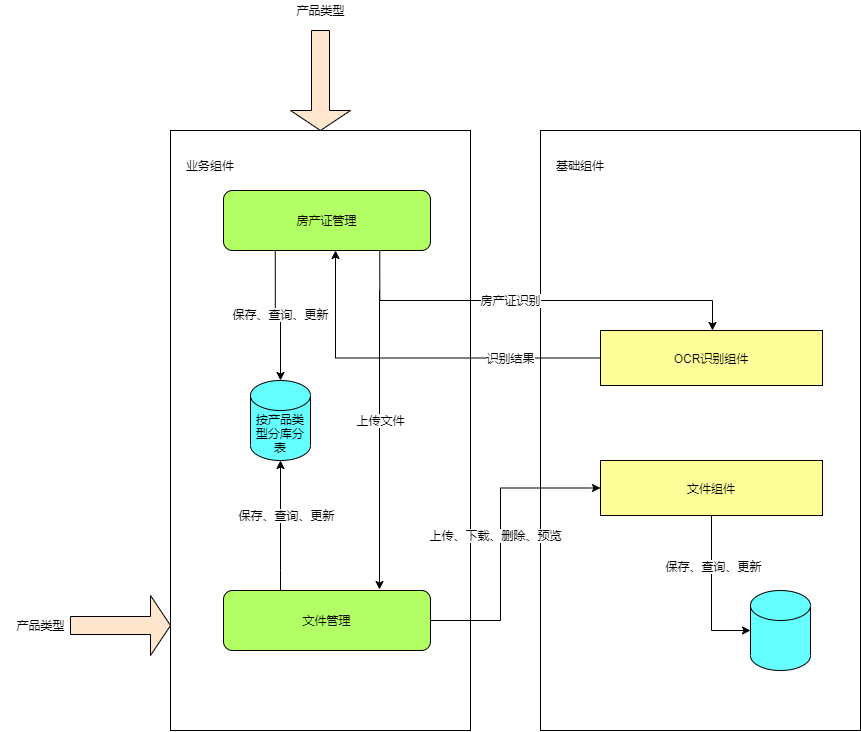
yangjian433/yj keeps this draw.io diagram as 新金融公共组件.drawio.png. Above is the earlier version. Source tidied: cells renumbered, new cells last; positions are measured from the earlier drawing's top-left corner, leaving out a move shared by most shapes.
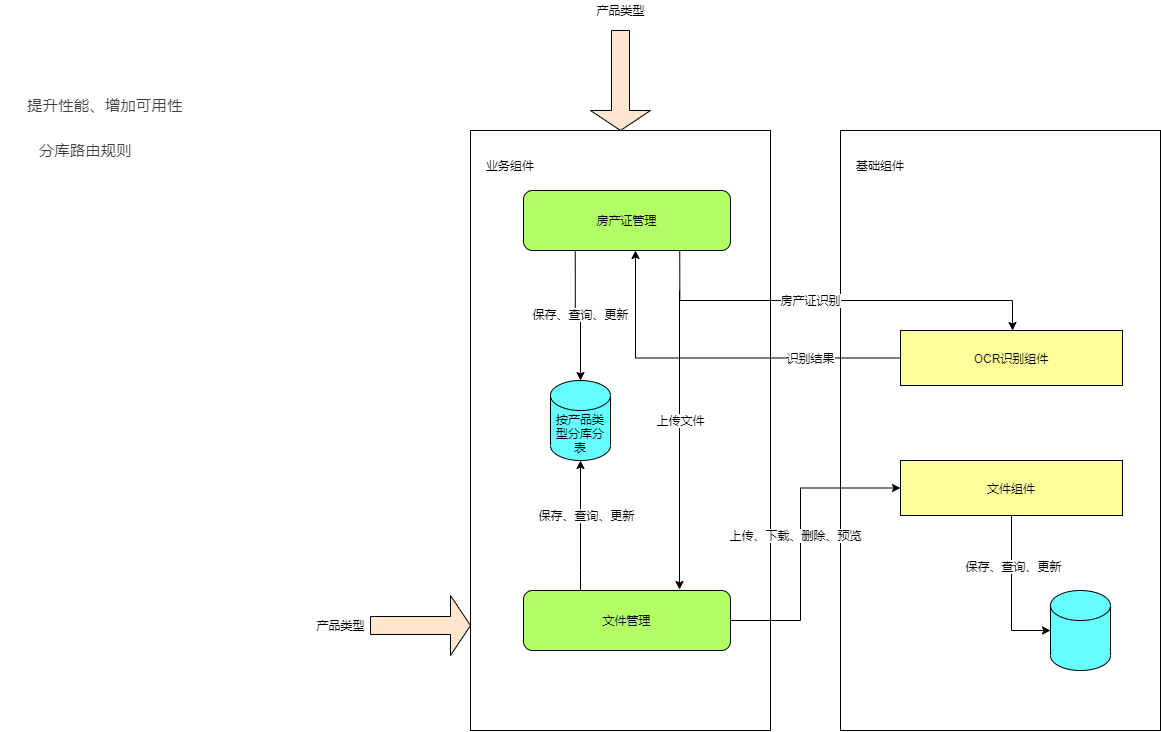
After the commit.

Commit message:
Update 新金融公共组件.drawio.png

Diff of the diagram source:
```diff
@@ -124,5 +124,11 @@
     <mxCell id="29" value="基础组件" style="text;html=1;strokeColor=none;fillColor=none;align=center;verticalAlign=middle;whiteSpace=wrap;rounded=0;" parent="1" vertex="1">
       <mxGeometry x="540" y="150" width="80" height="30" as="geometry" />
     </mxCell>
+    <mxCell id="30" value="&#10;&#10;&lt;span style=&quot;color: rgb(62, 62, 62); font-size: 15px; font-style: normal; font-weight: 400; letter-spacing: 0.544px; text-align: justify; text-indent: 0px; text-transform: none; word-spacing: 0px; background-color: rgb(255, 255, 255); display: inline; float: none;&quot;&gt;提升性能、增加可用性&lt;/span&gt;&#10;&#10;" style="text;html=1;strokeColor=none;fillColor=none;align=center;verticalAlign=middle;whiteSpace=wrap;rounded=0;" parent="1" vertex="1">
+      <mxGeometry x="-300" y="100" width="210" height="10" as="geometry" />
+    </mxCell>
+    <mxCell id="31" value="&lt;span style=&quot;color: rgb(62 , 62 , 62) ; font-family: , &amp;#34;blinkmacsystemfont&amp;#34; , &amp;#34;helvetica neue&amp;#34; , &amp;#34;pingfang sc&amp;#34; , &amp;#34;hiragino sans gb&amp;#34; , &amp;#34;microsoft yahei ui&amp;#34; , &amp;#34;microsoft yahei&amp;#34; , &amp;#34;arial&amp;#34; , sans-serif ; font-size: 15px ; letter-spacing: 0.544px ; text-align: justify ; background-color: rgb(255 , 255 , 255)&quot;&gt;分库路由规则&lt;/span&gt;" style="text;html=1;align=center;verticalAlign=middle;strokeColor=none;fillColor=none;" parent="1" vertex="1">
+      <mxGeometry x="-270" y="140" width="110" height="20" as="geometry" />
+    </mxCell>
   </root>
 </mxGraphModel>
```
